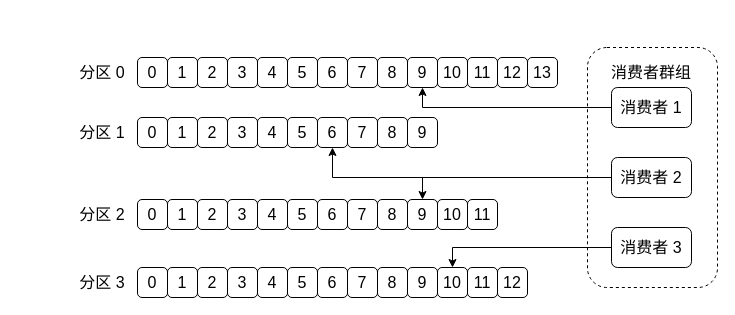
The draw.io diagram images/kafka_06.drawio in lanzhiwang/strimzi-0.18.0, before the edit. Source tidied: cells renumbered, new cells numbered last; positions are measured from the earlier drawing's top-left corner, leaving out a move shared by most shapes. Both pictures are drawn from the tidied source at 100%, with x=0, y=0 at pixel (77, 47).
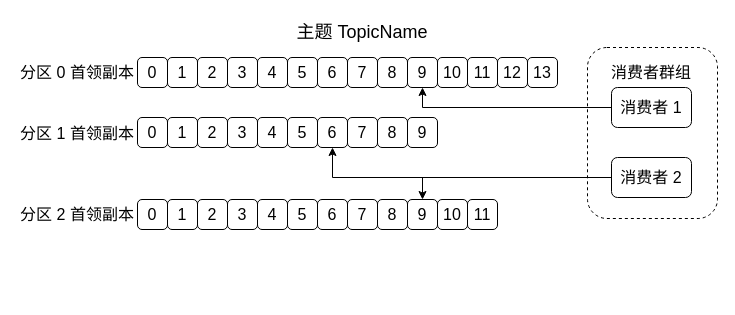
After the change.

The edit, as a diff of the source:
```diff
@@
     <mxCell id="2" style="rounded=1;whiteSpace=wrap;html=1;dashed=1;" parent="1" vertex="1">
-      <mxGeometry x="510" width="130" height="240" as="geometry" />
+      <mxGeometry x="510" width="130" height="171" as="geometry" />
     </mxCell>
@@
-    <mxCell id="39" value="&lt;font style=&quot;font-size: 16px&quot;&gt;0&lt;/font&gt;" style="rounded=1;whiteSpace=wrap;html=1;" parent="1" vertex="1">
-      <mxGeometry x="60" y="220" width="30" height="30" as="geometry" />
-    </mxCell>
-    <mxCell id="40" value="&lt;font style=&quot;font-size: 16px&quot;&gt;1&lt;/font&gt;" style="rounded=1;whiteSpace=wrap;html=1;" parent="1" vertex="1">
-      <mxGeometry x="90" y="220" width="30" height="30" as="geometry" />
-    </mxCell>
-    <mxCell id="41" value="&lt;font style=&quot;font-size: 16px&quot;&gt;2&lt;/font&gt;" style="rounded=1;whiteSpace=wrap;html=1;" parent="1" vertex="1">
-      <mxGeometry x="120" y="220" width="30" height="30" as="geometry" />
-    </mxCell>
-    <mxCell id="42" value="&lt;font style=&quot;font-size: 16px&quot;&gt;5&lt;/font&gt;" style="rounded=1;whiteSpace=wrap;html=1;" parent="1" vertex="1">
-      <mxGeometry x="210" y="220" width="30" height="30" as="geometry" />
-    </mxCell>
-    <mxCell id="43" value="&lt;font style=&quot;font-size: 16px&quot;&gt;4&lt;/font&gt;" style="rounded=1;whiteSpace=wrap;html=1;" parent="1" vertex="1">
-      <mxGeometry x="180" y="220" width="30" height="30" as="geometry" />
-    </mxCell>
-    <mxCell id="44" value="&lt;font style=&quot;font-size: 16px&quot;&gt;3&lt;/font&gt;" style="rounded=1;whiteSpace=wrap;html=1;" parent="1" vertex="1">
-      <mxGeometry x="150" y="220" width="30" height="30" as="geometry" />
-    </mxCell>
-    <mxCell id="45" value="&lt;font style=&quot;font-size: 16px&quot;&gt;6&lt;/font&gt;" style="rounded=1;whiteSpace=wrap;html=1;" parent="1" vertex="1">
-      <mxGeometry x="240" y="220" width="30" height="30" as="geometry" />
-    </mxCell>
-    <mxCell id="46" value="&lt;font style=&quot;font-size: 16px&quot;&gt;7&lt;/font&gt;" style="rounded=1;whiteSpace=wrap;html=1;" parent="1" vertex="1">
-      <mxGeometry x="270" y="220" width="30" height="30" as="geometry" />
-    </mxCell>
-    <mxCell id="47" value="&lt;font style=&quot;font-size: 16px&quot;&gt;8&lt;/font&gt;" style="rounded=1;whiteSpace=wrap;html=1;" parent="1" vertex="1">
-      <mxGeometry x="300" y="220" width="30" height="30" as="geometry" />
-    </mxCell>
-    <mxCell id="48" value="&lt;font style=&quot;font-size: 16px&quot;&gt;11&lt;/font&gt;" style="rounded=1;whiteSpace=wrap;html=1;" parent="1" vertex="1">
-      <mxGeometry x="390" y="220" width="30" height="30" as="geometry" />
-    </mxCell>
-    <mxCell id="49" value="&lt;font style=&quot;font-size: 16px&quot;&gt;10&lt;/font&gt;" style="rounded=1;whiteSpace=wrap;html=1;" parent="1" vertex="1">
-      <mxGeometry x="360" y="220" width="30" height="30" as="geometry" />
-    </mxCell>
-    <mxCell id="50" value="&lt;font style=&quot;font-size: 16px&quot;&gt;9&lt;/font&gt;" style="rounded=1;whiteSpace=wrap;html=1;" parent="1" vertex="1">
-      <mxGeometry x="330" y="220" width="30" height="30" as="geometry" />
-    </mxCell>
-    <mxCell id="51" value="&lt;font style=&quot;font-size: 16px&quot;&gt;12&lt;/font&gt;" style="rounded=1;whiteSpace=wrap;html=1;" parent="1" vertex="1">
-      <mxGeometry x="420" y="220" width="30" height="30" as="geometry" />
-    </mxCell>
-    <mxCell id="52" value="&lt;font style=&quot;font-size: 16px&quot;&gt;分区 0&lt;/font&gt;" style="text;html=1;strokeColor=none;fillColor=none;align=center;verticalAlign=middle;whiteSpace=wrap;rounded=0;" parent="1" vertex="1">
-      <mxGeometry y="10" width="50" height="30" as="geometry" />
-    </mxCell>
-    <mxCell id="53" value="&lt;font style=&quot;font-size: 16px&quot;&gt;分区 1&lt;/font&gt;" style="text;html=1;strokeColor=none;fillColor=none;align=center;verticalAlign=middle;whiteSpace=wrap;rounded=0;" parent="1" vertex="1">
-      <mxGeometry y="70" width="50" height="30" as="geometry" />
-    </mxCell>
-    <mxCell id="54" value="&lt;font style=&quot;font-size: 16px&quot;&gt;分区 2&lt;/font&gt;" style="text;html=1;strokeColor=none;fillColor=none;align=center;verticalAlign=middle;whiteSpace=wrap;rounded=0;" parent="1" vertex="1">
-      <mxGeometry y="152" width="50" height="30" as="geometry" />
+    <mxCell id="54" value="&lt;font style=&quot;font-size: 16px&quot;&gt;分区 0 首领副本&lt;/font&gt;" style="text;html=1;strokeColor=none;fillColor=none;align=center;verticalAlign=middle;whiteSpace=wrap;rounded=0;" parent="1" vertex="1">
+      <mxGeometry x="-60" y="10" width="120" height="30" as="geometry" />
     </mxCell>
-    <mxCell id="55" value="&lt;font style=&quot;font-size: 16px&quot;&gt;分区 3&lt;/font&gt;" style="text;html=1;strokeColor=none;fillColor=none;align=center;verticalAlign=middle;whiteSpace=wrap;rounded=0;" parent="1" vertex="1">
-      <mxGeometry y="220" width="50" height="30" as="geometry" />
-    </mxCell>
@@
-    <mxCell id="61" style="edgeStyle=orthogonalEdgeStyle;rounded=0;jettySize=auto;html=1;entryX=0.5;entryY=0;entryDx=0;entryDy=0;" parent="1" edge="1" source="62" target="49">
-      <mxGeometry relative="1" as="geometry" />
-    </mxCell>
-    <mxCell id="62" value="&lt;font style=&quot;font-size: 16px&quot;&gt;消费者 3&lt;/font&gt;" style="rounded=1;whiteSpace=wrap;html=1;" parent="1" vertex="1">
-      <mxGeometry x="534" y="180" width="80" height="40" as="geometry" />
-    </mxCell>
@@
+    <mxCell id="64" value="&lt;font style=&quot;font-size: 18px&quot;&gt;主题 TopicName&lt;/font&gt;" style="text;html=1;strokeColor=none;fillColor=none;align=center;verticalAlign=middle;whiteSpace=wrap;rounded=0;" parent="1" vertex="1">
+      <mxGeometry x="210" y="-30" width="150" height="30" as="geometry" />
+    </mxCell>
+    <mxCell id="65" style="edgeStyle=orthogonalEdgeStyle;rounded=0;orthogonalLoop=1;jettySize=auto;html=1;exitX=0.5;exitY=1;exitDx=0;exitDy=0;" parent="1" edge="1" source="2" target="2">
+      <mxGeometry relative="1" as="geometry" />
+    </mxCell>
+    <mxCell id="66" value="&lt;font style=&quot;font-size: 16px&quot;&gt;分区 1 首领副本&lt;/font&gt;" style="text;html=1;strokeColor=none;fillColor=none;align=center;verticalAlign=middle;whiteSpace=wrap;rounded=0;" parent="1" vertex="1">
+      <mxGeometry x="-60" y="70.5" width="120" height="30" as="geometry" />
+    </mxCell>
+    <mxCell id="67" value="&lt;font style=&quot;font-size: 16px&quot;&gt;分区 2 首领副本&lt;/font&gt;" style="text;html=1;strokeColor=none;fillColor=none;align=center;verticalAlign=middle;whiteSpace=wrap;rounded=0;" parent="1" vertex="1">
+      <mxGeometry x="-60" y="152" width="120" height="30" as="geometry" />
+    </mxCell>
```
